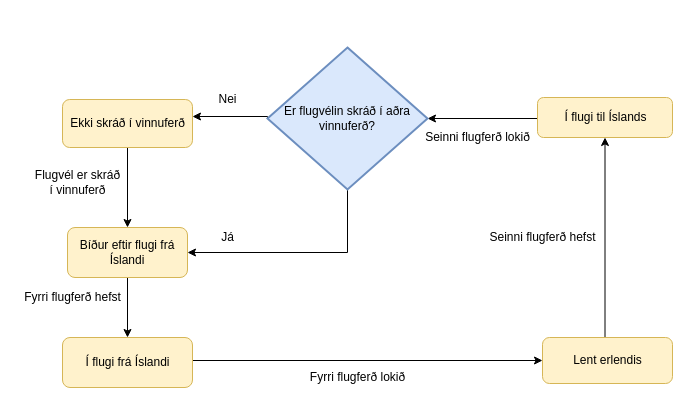
The draw.io diagram documentation/diagrams/runarv_diagrams/flugvel_states.drawio in RunarVestmann/verklegtnamskeid1, before the edit. Source tidied: cells renumbered, new cells numbered last; positions are measured from the earlier drawing's top-left corner, leaving out a move shared by most shapes. Both pictures are drawn from the tidied source at 100%, with x=0, y=0 at pixel (17, 47).
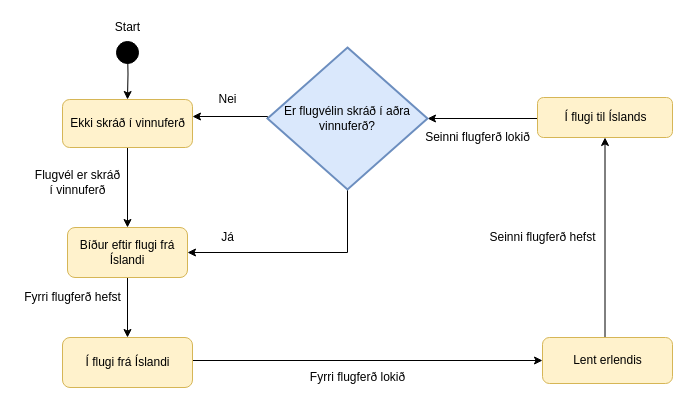
After the change.

The change refers to these unchanged cells:
```xml
<mxCell id="3" value="Ekki skráð í vinnuferð" style="rounded=1;fillColor=#fff2cc;strokeColor=#d6b656;imageAspect=1;html=1;spacing=0;" parent="1" vertex="1">
  <mxGeometry x="45" y="52" width="130" height="48" as="geometry" />
</mxCell>
```

What changed in the source:
```diff
@@
+    <mxCell id="22" style="edgeStyle=orthogonalEdgeStyle;rounded=0;jettySize=auto;html=1;" parent="1" edge="1" target="3">
+      <mxGeometry relative="1" as="geometry">
+        <mxPoint x="110" as="sourcePoint" />
+      </mxGeometry>
+    </mxCell>
+    <mxCell id="23" style="ellipse;html=1;shape=startState;fillColor=#000000;strokeColor=#000000;" parent="1" vertex="1">
+      <mxGeometry x="95" y="-10" width="30" height="30" as="geometry" />
+    </mxCell>
+    <mxCell id="24" value="Start" style="text;html=1;align=center;verticalAlign=middle;" parent="1" vertex="1">
+      <mxGeometry x="90" y="-30" width="40" height="20" as="geometry" />
+    </mxCell>
```
